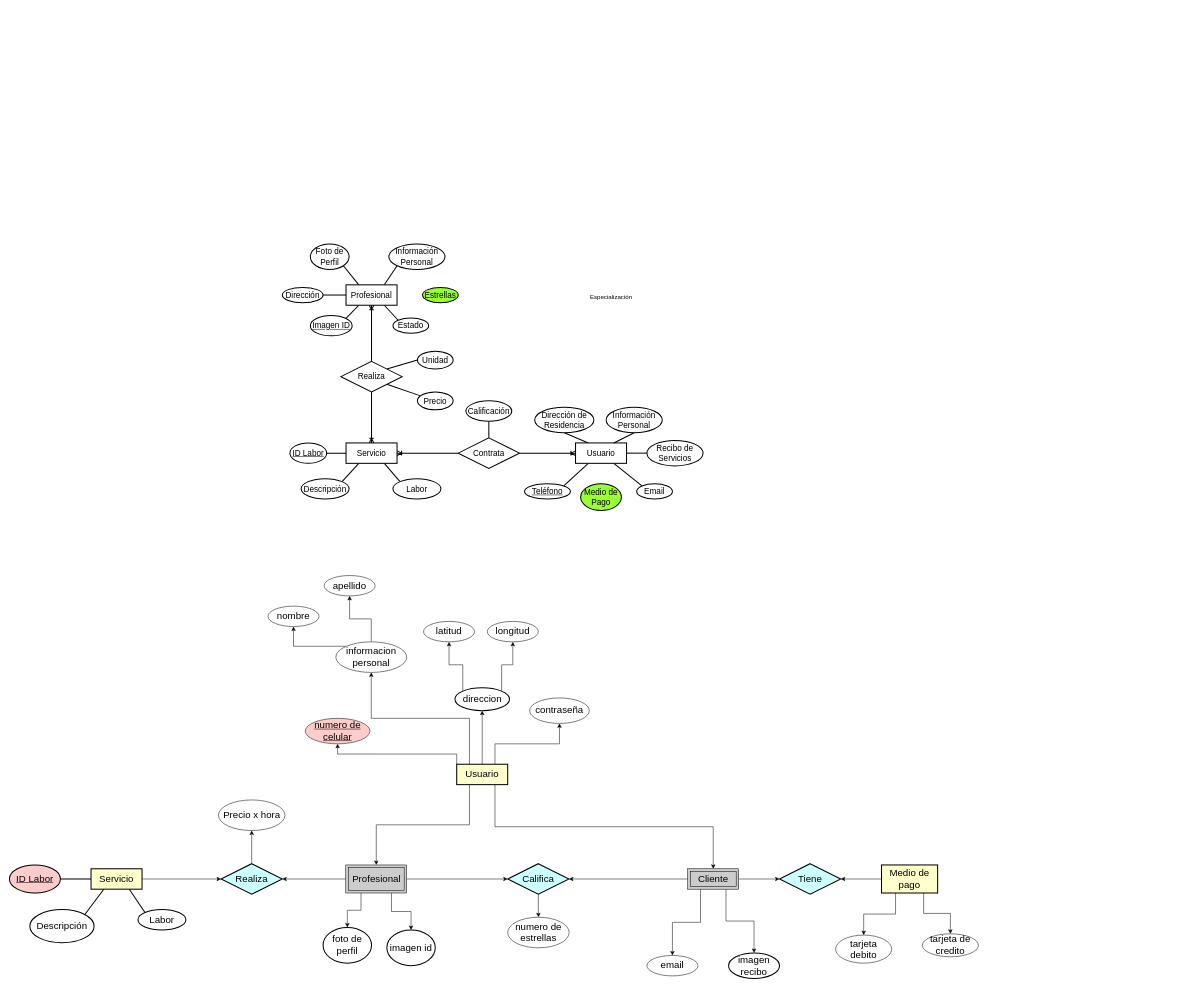
Earlier version of the draw.io diagram Diagramas/Dragrama Entidad-Relacion.drawio (Hazzard1912/domesticapp). Source tidied: cells renumbered, new cells numbered last; positions are measured from the earlier drawing's top-left corner, leaving out a move shared by most shapes. Both pictures are drawn from the tidied source at 51%, with x=0, y=0 at pixel (9, 244).
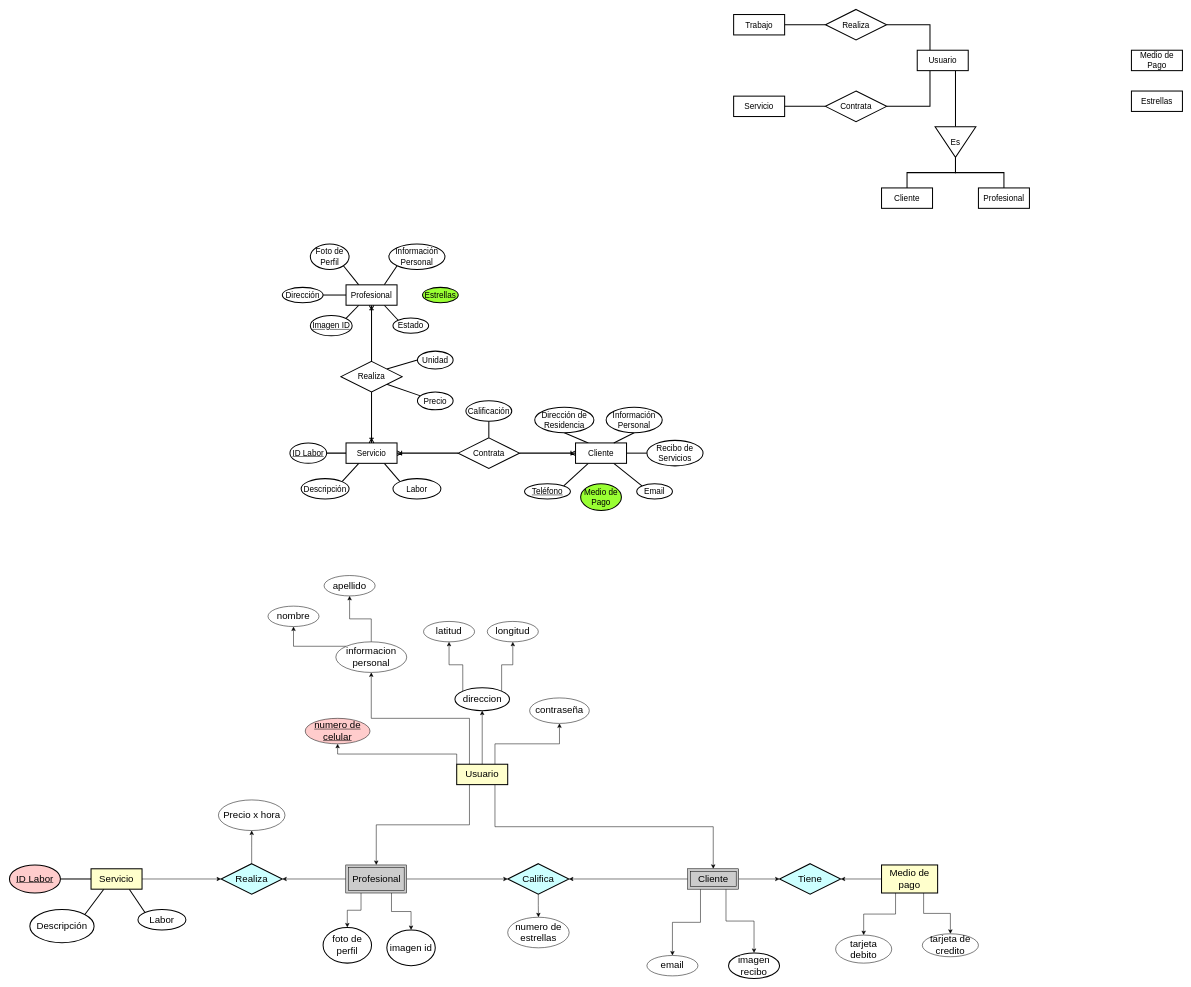
After the change.

What changed in the source:
```diff
@@
-    <mxCell id="14" value="Usuario" style="whiteSpace=wrap;html=1;align=center;strokeWidth=2;fontSize=16;" parent="1" vertex="1">
+    <mxCell id="14" value="&lt;div&gt;Cliente&lt;/div&gt;" style="whiteSpace=wrap;html=1;align=center;strokeWidth=2;fontSize=16;" parent="1" vertex="1">
       <mxGeometry x="1110" y="390" width="100" height="40" as="geometry" />
     </mxCell>
@@
-    <mxCell id="45" value="Especialización" style="text;html=1;strokeColor=none;fillColor=none;align=center;verticalAlign=middle;whiteSpace=wrap;rounded=0;" parent="1" vertex="1">
-      <mxGeometry x="1150" y="90" width="60" height="30" as="geometry" />
-    </mxCell>
@@
+    <mxCell id="100" style="edgeStyle=orthogonalEdgeStyle;rounded=0;jettySize=auto;html=1;exitX=0.25;exitY=0;exitDx=0;exitDy=0;entryX=1;entryY=0.5;entryDx=0;entryDy=0;strokeWidth=2;endArrow=none;endFill=0;" parent="1" edge="1" source="103" target="105">
+      <mxGeometry relative="1" as="geometry" />
+    </mxCell>
+    <mxCell id="101" style="edgeStyle=orthogonalEdgeStyle;rounded=0;jettySize=auto;html=1;exitX=0.25;exitY=1;exitDx=0;exitDy=0;entryX=1;entryY=0.5;entryDx=0;entryDy=0;strokeWidth=2;endArrow=none;endFill=0;" parent="1" edge="1" source="103" target="107">
+      <mxGeometry relative="1" as="geometry" />
+    </mxCell>
+    <mxCell id="102" style="edgeStyle=orthogonalEdgeStyle;rounded=0;jettySize=auto;html=1;exitX=0.75;exitY=1;exitDx=0;exitDy=0;entryX=0;entryY=0.5;entryDx=0;entryDy=0;strokeWidth=2;endArrow=none;endFill=0;" parent="1" edge="1" source="103" target="112">
+      <mxGeometry relative="1" as="geometry" />
+    </mxCell>
+    <mxCell id="103" value="Usuario" style="whiteSpace=wrap;html=1;align=center;strokeWidth=2;fontSize=16;" parent="1" vertex="1">
+      <mxGeometry x="1780" y="-380" width="100" height="40" as="geometry" />
+    </mxCell>
+    <mxCell id="104" style="edgeStyle=orthogonalEdgeStyle;rounded=0;jettySize=auto;html=1;exitX=0;exitY=0.5;exitDx=0;exitDy=0;strokeWidth=2;endArrow=none;endFill=0;" parent="1" edge="1" source="105" target="108">
+      <mxGeometry relative="1" as="geometry" />
+    </mxCell>
+    <mxCell id="105" value="Realiza" style="shape=rhombus;perimeter=rhombusPerimeter;whiteSpace=wrap;html=1;align=center;strokeWidth=2;fontSize=16;" parent="1" vertex="1">
+      <mxGeometry x="1600" y="-460" width="120" height="60" as="geometry" />
+    </mxCell>
+    <mxCell id="106" style="edgeStyle=orthogonalEdgeStyle;rounded=0;jettySize=auto;html=1;exitX=0;exitY=0.5;exitDx=0;exitDy=0;strokeWidth=2;endArrow=none;endFill=0;" parent="1" edge="1" source="107" target="109">
+      <mxGeometry relative="1" as="geometry" />
+    </mxCell>
+    <mxCell id="107" value="Contrata" style="shape=rhombus;perimeter=rhombusPerimeter;whiteSpace=wrap;html=1;align=center;strokeWidth=2;fontSize=16;" parent="1" vertex="1">
+      <mxGeometry x="1600" y="-300" width="120" height="60" as="geometry" />
+    </mxCell>
+    <mxCell id="108" value="Trabajo" style="whiteSpace=wrap;html=1;align=center;strokeWidth=2;fontSize=16;" parent="1" vertex="1">
+      <mxGeometry x="1420" y="-450" width="100" height="40" as="geometry" />
+    </mxCell>
+    <mxCell id="109" value="Servicio" style="whiteSpace=wrap;html=1;align=center;strokeWidth=2;fontSize=16;" parent="1" vertex="1">
+      <mxGeometry x="1420" y="-290" width="100" height="40" as="geometry" />
+    </mxCell>
+    <mxCell id="110" style="edgeStyle=orthogonalEdgeStyle;rounded=0;jettySize=auto;html=1;exitX=1;exitY=0.5;exitDx=0;exitDy=0;entryX=0.5;entryY=0;entryDx=0;entryDy=0;strokeWidth=2;endArrow=none;endFill=0;" parent="1" edge="1" source="112" target="113">
+      <mxGeometry relative="1" as="geometry" />
+    </mxCell>
+    <mxCell id="111" style="edgeStyle=orthogonalEdgeStyle;rounded=0;jettySize=auto;html=1;exitX=1;exitY=0.5;exitDx=0;exitDy=0;entryX=0.5;entryY=0;entryDx=0;entryDy=0;strokeWidth=2;endArrow=none;endFill=0;" parent="1" edge="1" source="112" target="114">
+      <mxGeometry relative="1" as="geometry" />
+    </mxCell>
+    <mxCell id="112" value="Es" style="triangle;whiteSpace=wrap;html=1;strokeWidth=2;rotation=90;fontSize=16;horizontal=0;" parent="1" vertex="1">
+      <mxGeometry x="1825" y="-240" width="60" height="80" as="geometry" />
+    </mxCell>
+    <mxCell id="113" value="&lt;div&gt;Cliente&lt;/div&gt;" style="whiteSpace=wrap;html=1;align=center;strokeWidth=2;fontSize=16;" parent="1" vertex="1">
+      <mxGeometry x="1710" y="-110" width="100" height="40" as="geometry" />
+    </mxCell>
+    <mxCell id="114" value="Profesional" style="whiteSpace=wrap;html=1;align=center;strokeWidth=2;fontSize=16;" parent="1" vertex="1">
+      <mxGeometry x="1900" y="-110" width="100" height="40" as="geometry" />
+    </mxCell>
+    <mxCell id="115" value="Medio de Pago" style="whiteSpace=wrap;html=1;align=center;strokeWidth=2;fontSize=16;" parent="1" vertex="1">
+      <mxGeometry x="2200" y="-380" width="100" height="40" as="geometry" />
+    </mxCell>
+    <mxCell id="116" value="Estrellas" style="whiteSpace=wrap;html=1;align=center;strokeWidth=2;fontSize=16;" parent="1" vertex="1">
+      <mxGeometry x="2200" y="-300" width="100" height="40" as="geometry" />
+    </mxCell>
```
